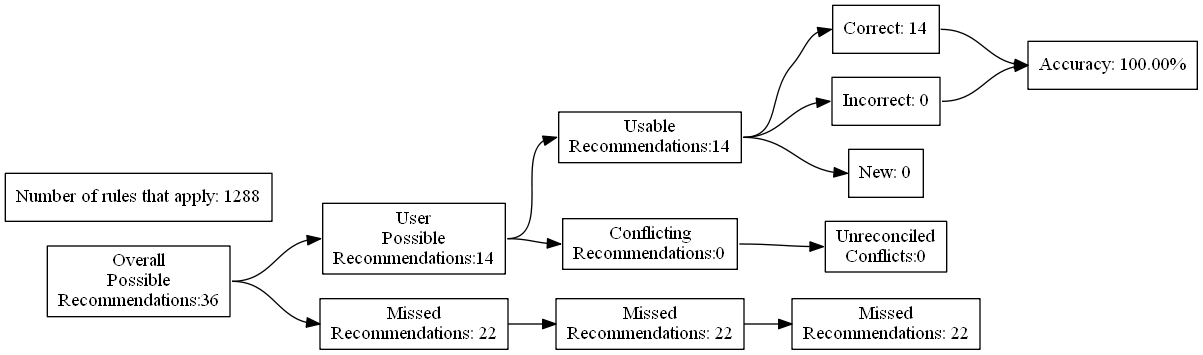
ZaxR/ibd_diet_analysis keeps this Graphviz diagram as test_renders/6.gv.png. Above is the earlier version. Its source is kept beside it as test_renders/6.gv.
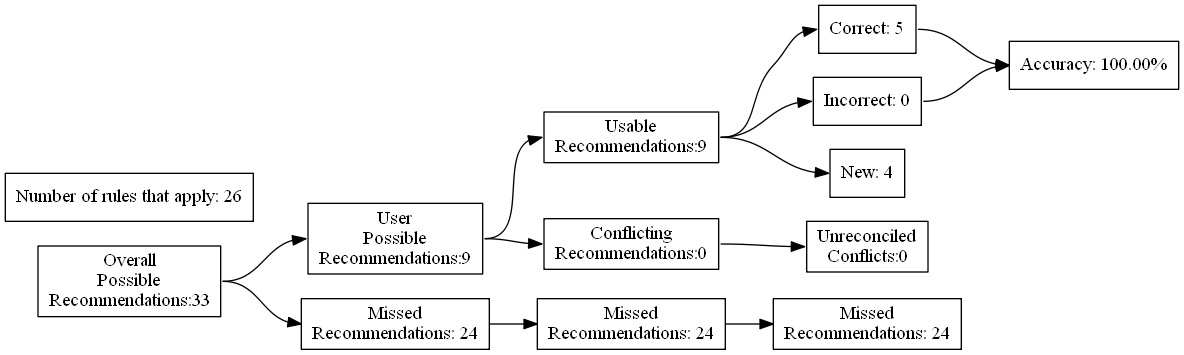
After the change.

The edit, as a diff of the source:
```diff
@@ -4,27 +4,27 @@
 	edge [headport=w tailport=e]
 		A [label="Overall
 Possible
-Recommendations:36"]
+Recommendations:33"]
 		B [label="User
 Possible
-Recommendations:14"]
+Recommendations:9"]
 		C [label="Missed
-Recommendations: 22"]
+Recommendations: 24"]
 		D [label="Usable
-Recommendations:14"]
+Recommendations:9"]
 		E [label="Conflicting
 Recommendations:0"]
 		J [label="Missed
-Recommendations: 22"]
+Recommendations: 24"]
 		M [label="Unreconciled
 Conflicts:0"]
-		F [label="Correct: 14"]
+		F [label="Correct: 5"]
 		G [label="Incorrect: 0"]
-		H [label="New: 0"]
+		H [label="New: 4"]
 		K [label="Missed
-Recommendations: 22"]
+Recommendations: 24"]
 		I [label="Accuracy: 100.00%"]
-		l [label="Number of rules that apply: 1288"]
+		l [label="Number of rules that apply: 26"]
 			A -> B
 			A -> C
 			B -> D
```
